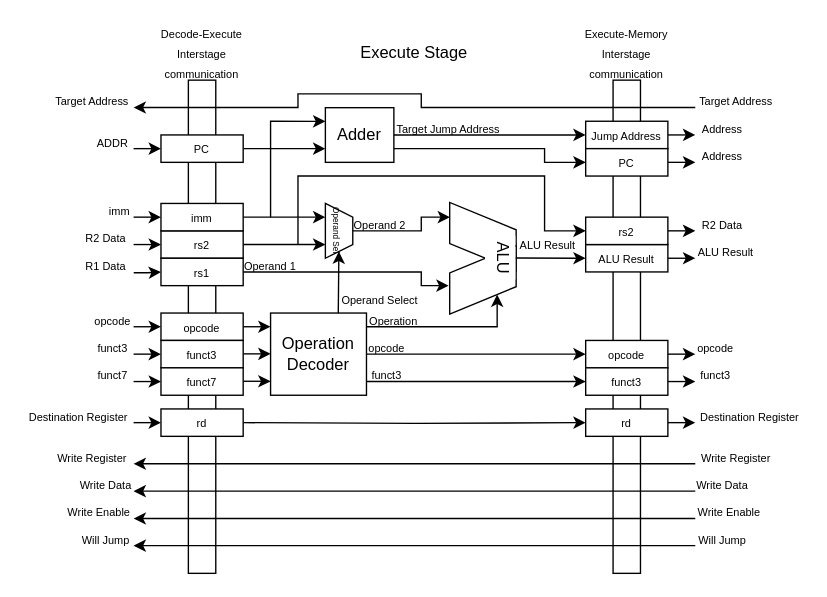
Earlier version of the draw.io diagram page "Execute stage" (4 of 6) of docs/imgs/microarchitecture/multi-cycle_datapath.drawio (WachirawichN/C0-CPU). Source tidied: cells renumbered, new cells numbered last; positions are measured from the earlier drawing's top-left corner, leaving out a move shared by most shapes. Both pictures are drawn from the tidied source at 137%, with x=0, y=0 at pixel (23, 25).
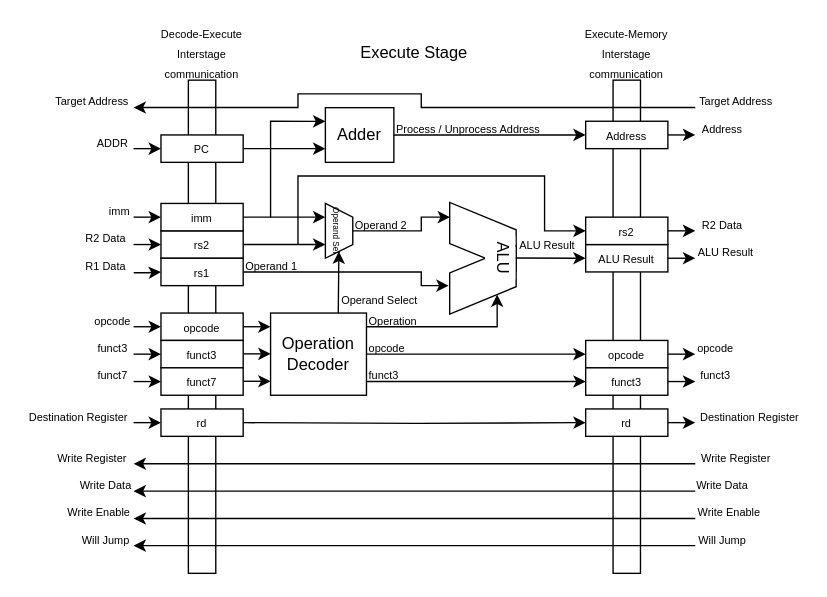
The same diagram, later.

Unchanged cells that the change refers to:
```xml
<mxCell id="64" value="Adder" style="rounded=0;whiteSpace=wrap;html=1;fillColor=light-dark(#FFFFFF,#000000);" parent="1" vertex="1">
  <mxGeometry x="220" y="60.1" width="50" height="39.9" as="geometry" />
</mxCell>
<mxCell id="83" style="group;" parent="1" vertex="1">
  <mxGeometry x="410" width="70" height="400" as="geometry" />
</mxCell>
```

The edit, as a diff of the source:
```diff
@@
-    <mxCell id="29" value="&lt;span style=&quot;font-size: 8px;&quot;&gt;Operand 2&lt;/span&gt;" style="text;html=1;whiteSpace=wrap;strokeColor=none;fillColor=none;align=center;verticalAlign=middle;rounded=0;" parent="1" vertex="1">
+    <mxCell id="29" value="&lt;span style=&quot;font-size: 8px;&quot;&gt;Operand 2&lt;/span&gt;" style="text;html=1;whiteSpace=wrap;strokeColor=none;fillColor=none;align=left;verticalAlign=middle;rounded=0;" parent="1" vertex="1">
       <mxGeometry x="240" y="140" width="40" height="10" as="geometry" />
     </mxCell>
@@
-    <mxCell id="31" value="&lt;font style=&quot;font-size: 8px;&quot;&gt;Operation&lt;/font&gt;" style="text;html=1;whiteSpace=wrap;strokeColor=none;fillColor=none;align=center;verticalAlign=middle;rounded=0;" parent="1" vertex="1">
+    <mxCell id="31" value="&lt;font style=&quot;font-size: 8px;&quot;&gt;Operation&lt;/font&gt;" style="text;html=1;whiteSpace=wrap;strokeColor=none;fillColor=none;align=left;verticalAlign=middle;rounded=0;" parent="1" vertex="1">
       <mxGeometry x="250" y="210" width="40" height="10" as="geometry" />
     </mxCell>
-    <mxCell id="32" value="&lt;font style=&quot;font-size: 8px;&quot;&gt;opcode&lt;/font&gt;" style="text;html=1;whiteSpace=wrap;strokeColor=none;fillColor=none;align=center;verticalAlign=middle;rounded=0;" parent="1" vertex="1">
+    <mxCell id="32" value="&lt;font style=&quot;font-size: 8px;&quot;&gt;opcode&lt;/font&gt;" style="text;html=1;whiteSpace=wrap;strokeColor=none;fillColor=none;align=left;verticalAlign=middle;rounded=0;" parent="1" vertex="1">
       <mxGeometry x="250" y="230" width="30" height="10" as="geometry" />
     </mxCell>
-    <mxCell id="33" value="&lt;font style=&quot;font-size: 8px;&quot;&gt;funct3&lt;/font&gt;" style="text;html=1;whiteSpace=wrap;strokeColor=none;fillColor=none;align=center;verticalAlign=middle;rounded=0;" parent="1" vertex="1">
+    <mxCell id="33" value="&lt;font style=&quot;font-size: 8px;&quot;&gt;funct3&lt;/font&gt;" style="text;html=1;whiteSpace=wrap;strokeColor=none;fillColor=none;align=left;verticalAlign=middle;rounded=0;" parent="1" vertex="1">
       <mxGeometry x="250" y="250" width="30" height="10" as="geometry" />
     </mxCell>
@@
-    <mxCell id="45" value="&lt;span style=&quot;font-size: 8px;&quot;&gt;ALU Result&lt;/span&gt;" style="text;html=1;whiteSpace=wrap;strokeColor=none;fillColor=none;align=center;verticalAlign=middle;rounded=0;" parent="1" vertex="1">
+    <mxCell id="45" value="&lt;span style=&quot;font-size: 8px;&quot;&gt;ALU Result&lt;/span&gt;" style="text;html=1;whiteSpace=wrap;strokeColor=none;fillColor=none;align=left;verticalAlign=middle;rounded=0;" parent="1" vertex="1">
       <mxGeometry x="360" y="155" width="45" height="10" as="geometry" />
     </mxCell>
@@
-    <mxCell id="47" value="&lt;font style=&quot;font-size: 8px;&quot;&gt;Operand Select&lt;/font&gt;" style="text;html=1;whiteSpace=wrap;strokeColor=none;fillColor=none;align=center;verticalAlign=middle;rounded=0;" parent="1" vertex="1">
+    <mxCell id="47" value="&lt;font style=&quot;font-size: 8px;&quot;&gt;Operand Select&lt;/font&gt;" style="text;html=1;whiteSpace=wrap;strokeColor=none;fillColor=none;align=left;verticalAlign=middle;rounded=0;" parent="1" vertex="1">
       <mxGeometry x="230" y="190" width="60" height="20" as="geometry" />
     </mxCell>
@@
-    <mxCell id="69" style="endArrow=classic;html=1;rounded=0;exitX=1;exitY=0.75;exitDx=0;exitDy=0;entryX=0;entryY=0.5;entryDx=0;entryDy=0;" parent="1" edge="1" source="64" target="92">
-      <mxGeometry relative="1" as="geometry">
-        <Array as="points">
-          <mxPoint x="380" y="90" />
-          <mxPoint x="380" y="100" />
-        </Array>
-      </mxGeometry>
-    </mxCell>
-    <mxCell id="70" style="endArrow=classic;html=1;rounded=0;exitX=1;exitY=0.5;exitDx=0;exitDy=0;entryX=0;entryY=1;entryDx=0;entryDy=0;" parent="1" edge="1">
-      <mxGeometry relative="1" as="geometry">
-        <mxPoint x="470" y="100" as="sourcePoint" />
-        <mxPoint x="490" y="100" as="targetPoint" />
-      </mxGeometry>
-    </mxCell>
-    <mxCell id="71" value="&lt;font style=&quot;font-size: 8px;&quot;&gt;Address&lt;/font&gt;" style="text;html=1;whiteSpace=wrap;strokeColor=none;fillColor=none;align=center;verticalAlign=middle;rounded=0;" parent="1" vertex="1">
-      <mxGeometry x="490" y="90" width="40" height="10" as="geometry" />
-    </mxCell>
@@
-    <mxCell id="91" value="&lt;span style=&quot;font-size: 8px;&quot;&gt;Jump Address&lt;/span&gt;" style="rounded=0;whiteSpace=wrap;html=1;strokeColor=light-dark(#000000,#FFFFFF);fillColor=light-dark(#FFFFFF,#000000);" parent="83" vertex="1">
+    <mxCell id="91" value="&lt;span style=&quot;font-size: 8px;&quot;&gt;Address&lt;/span&gt;" style="rounded=0;whiteSpace=wrap;html=1;strokeColor=light-dark(#000000,#FFFFFF);fillColor=light-dark(#FFFFFF,#000000);" parent="83" vertex="1">
       <mxGeometry y="70" width="60" height="20" as="geometry" />
     </mxCell>
-    <mxCell id="92" value="&lt;span style=&quot;font-size: 8px;&quot;&gt;PC&lt;/span&gt;" style="rounded=0;whiteSpace=wrap;html=1;strokeColor=light-dark(#000000,#FFFFFF);fillColor=light-dark(#FFFFFF,#000000);" parent="83" vertex="1">
-      <mxGeometry y="90" width="60" height="20" as="geometry" />
-    </mxCell>
@@
-    <mxCell id="97" value="&lt;span style=&quot;font-size: 8px;&quot;&gt;Target Jump Address&lt;/span&gt;" style="text;html=1;whiteSpace=wrap;strokeColor=none;fillColor=none;align=center;verticalAlign=middle;rounded=0;" parent="1" vertex="1">
-      <mxGeometry x="270" y="70" width="80" height="10" as="geometry" />
+    <mxCell id="97" value="&lt;span style=&quot;font-size: 8px;&quot;&gt;Process / Unprocess Address&lt;/span&gt;" style="text;html=1;whiteSpace=wrap;strokeColor=none;fillColor=none;align=left;verticalAlign=middle;rounded=0;" parent="1" vertex="1">
+      <mxGeometry x="270" y="70" width="120" height="10" as="geometry" />
     </mxCell>
-    <mxCell id="98" value="&lt;span style=&quot;font-size: 8px;&quot;&gt;Operand 1&lt;/span&gt;" style="text;html=1;whiteSpace=wrap;strokeColor=none;fillColor=none;align=center;verticalAlign=middle;rounded=0;" parent="1" vertex="1">
+    <mxCell id="98" value="&lt;span style=&quot;font-size: 8px;&quot;&gt;Operand 1&lt;/span&gt;" style="text;html=1;whiteSpace=wrap;strokeColor=none;fillColor=none;align=left;verticalAlign=middle;rounded=0;" parent="1" vertex="1">
       <mxGeometry x="160" y="170" width="40" height="10" as="geometry" />
     </mxCell>
```
